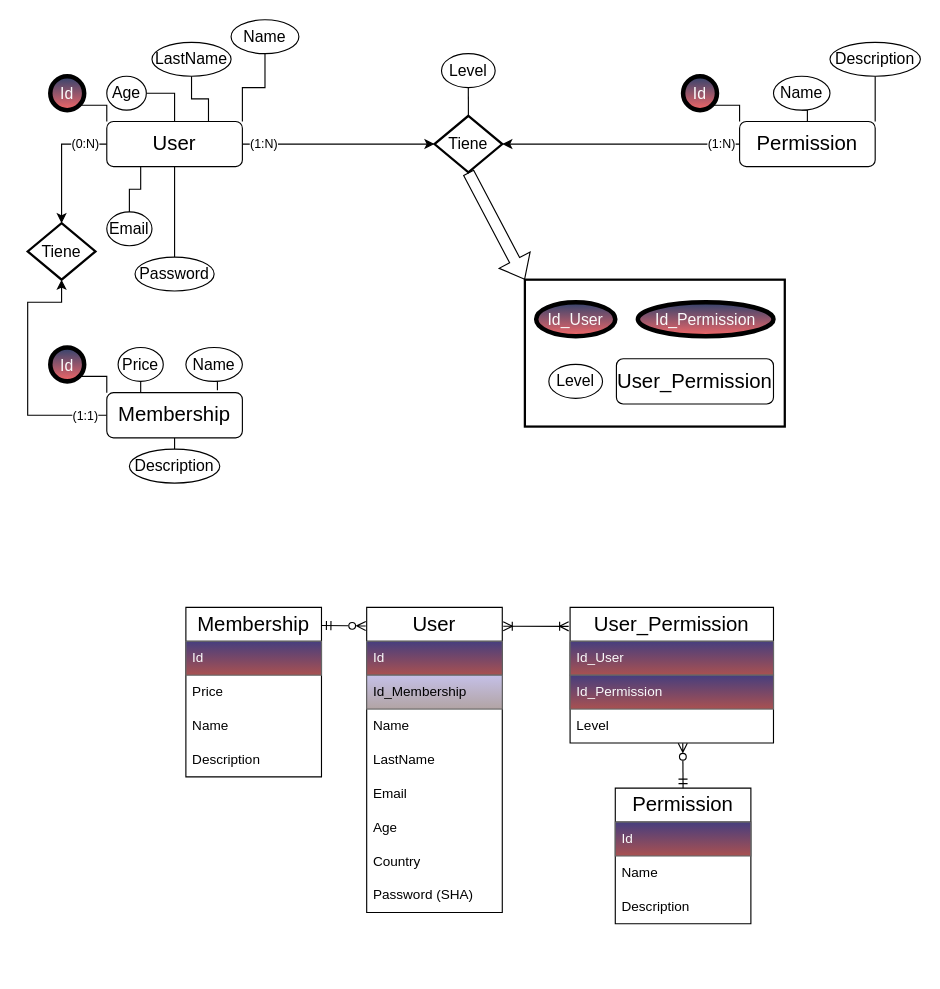
This is BBDD/User_ER_MR.drawio from PerloshoCEV/StockTaking-Backend-Business, a draw.io file, before an edit. Source tidied: cells renumbered, new cells numbered last; positions are measured from the earlier drawing's top-left corner, leaving out a move shared by most shapes. Both pictures are drawn from the tidied source at 113%, with x=0, y=0 at pixel (27, 19).
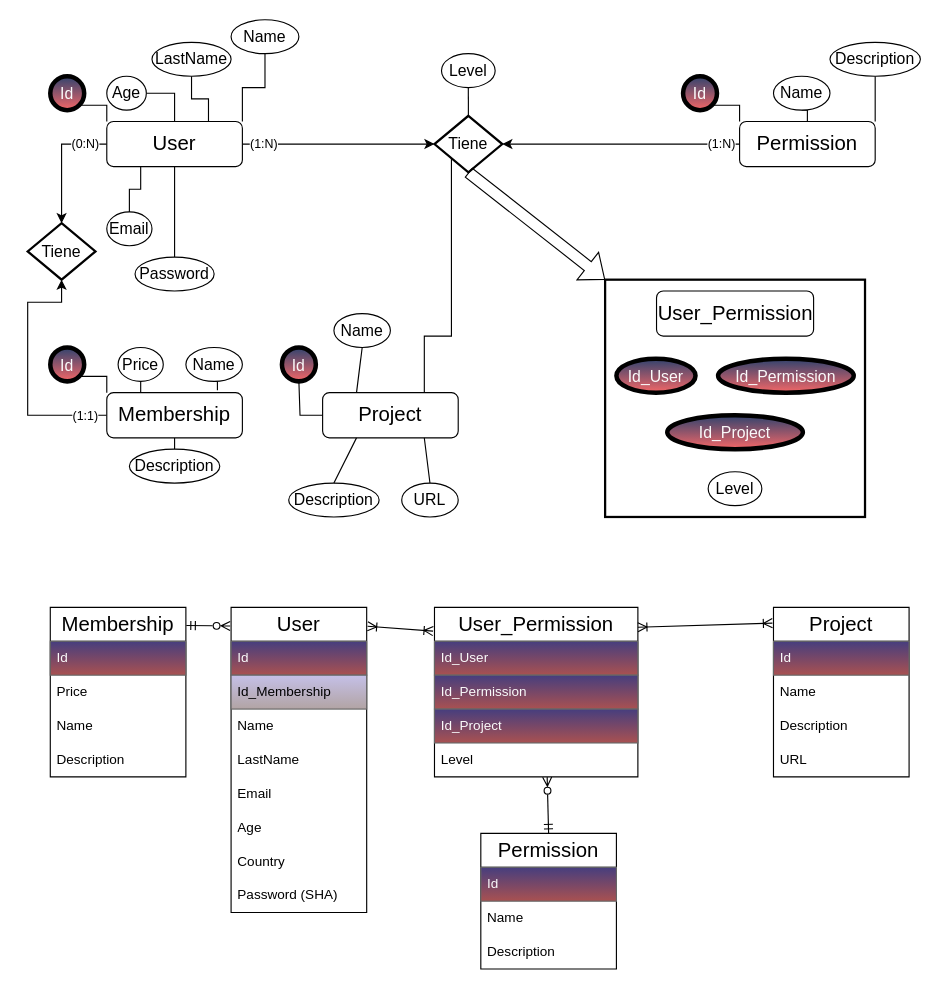
After the change.

Unchanged cells that the change refers to:
```xml
<mxCell id="43" value="Tiene" style="rhombus;whiteSpace=wrap;html=1;strokeColor=#000000;strokeWidth=2;fontSize=14;fontColor=#000000;fillColor=#ffffff;gradientColor=none;" parent="1" vertex="1">
  <mxGeometry x="360" y="85" width="60" height="50" as="geometry" />
</mxCell>
```

Diff of the diagram source:
```diff
@@
     <mxCell id="2" style="rounded=0;whiteSpace=wrap;html=1;strokeColor=#000000;strokeWidth=2;fontSize=11;fontColor=#000000;fillColor=#ffffff;gradientColor=none;" parent="1" vertex="1">
-      <mxGeometry x="440" y="230" width="230" height="130" as="geometry" />
+      <mxGeometry x="511" y="230" width="230" height="210" as="geometry" />
     </mxCell>
@@
     <mxCell id="11" value="&lt;font style=&quot;font-size: 18px;&quot;&gt;User_Permission&lt;/font&gt;" style="rounded=1;whiteSpace=wrap;html=1;" parent="1" vertex="1">
-      <mxGeometry x="521" y="300" width="139" height="40" as="geometry" />
+      <mxGeometry x="556.5" y="240" width="139" height="40" as="geometry" />
     </mxCell>
@@
     <mxCell id="25" value="&lt;font color=&quot;#fafafa&quot;&gt;&lt;span style=&quot;font-size: 14px;&quot;&gt;Id_User&lt;/span&gt;&lt;/font&gt;" style="ellipse;whiteSpace=wrap;html=1;fontSize=18;fillColor=#30436e;gradientColor=#f46767;strokeColor=#000000;strokeWidth=4;" parent="1" vertex="1">
-      <mxGeometry x="450" y="250" width="70" height="30" as="geometry" />
+      <mxGeometry x="521" y="300" width="70" height="30" as="geometry" />
     </mxCell>
@@
     <mxCell id="45" value="&lt;font color=&quot;#fafafa&quot;&gt;&lt;span style=&quot;font-size: 14px;&quot;&gt;Id_Permission&lt;/span&gt;&lt;/font&gt;" style="ellipse;whiteSpace=wrap;html=1;fontSize=18;fillColor=#30436e;gradientColor=#f46767;strokeColor=#000000;strokeWidth=4;" parent="1" vertex="1">
-      <mxGeometry x="540" y="250" width="120" height="30" as="geometry" />
+      <mxGeometry x="611" y="300" width="120" height="30" as="geometry" />
     </mxCell>
@@
     <mxCell id="48" value="&lt;font style=&quot;font-size: 18px;&quot;&gt;User&lt;/font&gt;" style="swimlane;fontStyle=0;horizontal=1;startSize=30;whiteSpace=wrap;html=1;" parent="1" vertex="1">
-      <mxGeometry x="300" y="520" width="120" height="270" as="geometry" />
+      <mxGeometry x="180" y="520" width="120" height="270" as="geometry" />
     </mxCell>
@@
     <mxCell id="57" value="&lt;font style=&quot;font-size: 18px;&quot;&gt;Membership&lt;/font&gt;" style="swimlane;fontStyle=0;horizontal=1;startSize=30;whiteSpace=wrap;html=1;" parent="1" vertex="1">
-      <mxGeometry x="140" y="520" width="120" height="150" as="geometry" />
+      <mxGeometry x="20" y="520" width="120" height="150" as="geometry" />
     </mxCell>
@@
     <mxCell id="62" value="&lt;font style=&quot;font-size: 18px;&quot;&gt;Permission&lt;/font&gt;" style="swimlane;fontStyle=0;horizontal=1;startSize=30;whiteSpace=wrap;html=1;" parent="1" vertex="1">
-      <mxGeometry x="520" y="680" width="120" height="120" as="geometry" />
+      <mxGeometry x="401" y="720" width="120" height="120" as="geometry" />
     </mxCell>
@@
     <mxCell id="66" value="&lt;font style=&quot;font-size: 18px;&quot;&gt;User_Permission&lt;/font&gt;" style="swimlane;fontStyle=0;horizontal=1;startSize=30;whiteSpace=wrap;html=1;" parent="1" vertex="1">
-      <mxGeometry x="480" y="520" width="180" height="120" as="geometry" />
+      <mxGeometry x="360" y="520" width="180" height="150" as="geometry" />
     </mxCell>
@@
+    <mxCell id="74" value="&lt;font color=&quot;#fafafa&quot;&gt;Id_Project&lt;/font&gt;" style="text;strokeColor=#666666;fillColor=#463e7e;align=left;verticalAlign=middle;spacingLeft=4;spacingRight=4;overflow=hidden;whiteSpace=wrap;html=1;gradientColor=#a95151;" parent="66" vertex="1">
+      <mxGeometry y="90" width="180" height="30" as="geometry" />
+    </mxCell>
     <mxCell id="69" value="Level" style="text;strokeColor=none;fillColor=none;align=left;verticalAlign=middle;spacingLeft=4;spacingRight=4;overflow=hidden;points=[[0,0.5],[1,0.5]];portConstraint=eastwest;whiteSpace=wrap;html=1;" parent="66" vertex="1">
-      <mxGeometry y="90" width="180" height="30" as="geometry" />
+      <mxGeometry y="120" width="180" height="30" as="geometry" />
     </mxCell>
@@
     <mxCell id="73" value="&lt;font color=&quot;#000000&quot;&gt;Level&lt;/font&gt;" style="ellipse;whiteSpace=wrap;html=1;fontSize=14;fontColor=#FAFAFA;fillColor=#FFFFFF;" parent="1" vertex="1">
-      <mxGeometry x="461.2" y="305" width="47.5" height="30" as="geometry" />
+      <mxGeometry x="602.2" y="400" width="47.5" height="30" as="geometry" />
     </mxCell>
+    <mxCell id="75" value="&lt;font style=&quot;font-size: 18px;&quot;&gt;Project&lt;/font&gt;" style="swimlane;fontStyle=0;horizontal=1;startSize=30;whiteSpace=wrap;html=1;" parent="1" vertex="1">
+      <mxGeometry x="660" y="520" width="120" height="150" as="geometry" />
+    </mxCell>
+    <mxCell id="76" value="&lt;font color=&quot;#fafafa&quot;&gt;Id&lt;/font&gt;" style="text;strokeColor=#666666;fillColor=#463e7e;align=left;verticalAlign=middle;spacingLeft=4;spacingRight=4;overflow=hidden;whiteSpace=wrap;html=1;gradientColor=#a95151;" parent="75" vertex="1">
+      <mxGeometry y="30" width="120" height="30" as="geometry" />
+    </mxCell>
+    <mxCell id="77" value="Name" style="text;strokeColor=none;fillColor=none;align=left;verticalAlign=middle;spacingLeft=4;spacingRight=4;overflow=hidden;whiteSpace=wrap;html=1;" parent="75" vertex="1">
+      <mxGeometry y="60" width="120" height="30" as="geometry" />
+    </mxCell>
+    <mxCell id="78" value="Description" style="text;strokeColor=none;fillColor=none;align=left;verticalAlign=middle;spacingLeft=4;spacingRight=4;overflow=hidden;whiteSpace=wrap;html=1;" parent="75" vertex="1">
+      <mxGeometry y="90" width="120" height="30" as="geometry" />
+    </mxCell>
+    <mxCell id="79" value="URL" style="text;strokeColor=none;fillColor=none;align=left;verticalAlign=middle;spacingLeft=4;spacingRight=4;overflow=hidden;whiteSpace=wrap;html=1;" parent="75" vertex="1">
+      <mxGeometry y="120" width="120" height="30" as="geometry" />
+    </mxCell>
+    <mxCell id="80" style="endArrow=ERoneToMany;html=1;rounded=0;startArrow=ERoneToMany;startFill=0;endFill=0;exitX=1;exitY=0.117;exitDx=0;exitDy=0;exitPerimeter=0;entryX=-0.008;entryY=0.093;entryDx=0;entryDy=0;entryPerimeter=0;" parent="1" edge="1" source="66" target="75">
+      <mxGeometry relative="1" as="geometry" />
+    </mxCell>
+    <mxCell id="81" value="&lt;span style=&quot;font-size: 18px;&quot;&gt;Project&lt;/span&gt;" style="rounded=1;whiteSpace=wrap;html=1;" parent="1" vertex="1">
+      <mxGeometry x="261" y="330" width="120" height="40" as="geometry" />
+    </mxCell>
+    <mxCell id="82" value="&lt;font color=&quot;#fafafa&quot; style=&quot;font-size: 14px;&quot;&gt;Id&lt;/font&gt;" style="ellipse;whiteSpace=wrap;html=1;fontSize=18;fillColor=#30436e;gradientColor=#f46767;strokeColor=#000000;strokeWidth=4;" parent="1" vertex="1">
+      <mxGeometry x="225" y="290" width="30" height="30" as="geometry" />
+    </mxCell>
+    <mxCell id="83" value="&lt;font color=&quot;#000000&quot;&gt;Name&lt;/font&gt;" style="ellipse;whiteSpace=wrap;html=1;fontSize=14;fontColor=#FAFAFA;fillColor=#FFFFFF;" parent="1" vertex="1">
+      <mxGeometry x="271" y="260" width="50" height="30" as="geometry" />
+    </mxCell>
+    <mxCell id="84" value="&lt;font color=&quot;#000000&quot;&gt;Description&lt;/font&gt;" style="ellipse;whiteSpace=wrap;html=1;fontSize=14;fontColor=#FAFAFA;fillColor=#FFFFFF;" parent="1" vertex="1">
+      <mxGeometry x="231" y="410" width="80" height="30" as="geometry" />
+    </mxCell>
+    <mxCell id="85" value="&lt;font color=&quot;#000000&quot;&gt;URL&lt;/font&gt;" style="ellipse;whiteSpace=wrap;html=1;fontSize=14;fontColor=#FAFAFA;fillColor=#FFFFFF;" parent="1" vertex="1">
+      <mxGeometry x="331" y="410" width="50" height="30" as="geometry" />
+    </mxCell>
+    <mxCell id="86" style="endArrow=none;html=1;rounded=0;entryX=0.5;entryY=1;entryDx=0;entryDy=0;exitX=0;exitY=0.5;exitDx=0;exitDy=0;" parent="1" edge="1" source="81" target="82">
+      <mxGeometry relative="1" as="geometry">
+        <Array as="points">
+          <mxPoint x="241" y="350" />
+        </Array>
+      </mxGeometry>
+    </mxCell>
+    <mxCell id="87" style="endArrow=none;html=1;rounded=0;entryX=0.5;entryY=1;entryDx=0;entryDy=0;exitX=0.25;exitY=0;exitDx=0;exitDy=0;" parent="1" edge="1" source="81" target="83">
+      <mxGeometry relative="1" as="geometry" />
+    </mxCell>
+    <mxCell id="88" style="endArrow=none;html=1;rounded=0;entryX=0.25;entryY=1;entryDx=0;entryDy=0;exitX=0.5;exitY=0;exitDx=0;exitDy=0;" parent="1" edge="1" source="84" target="81">
+      <mxGeometry relative="1" as="geometry" />
+    </mxCell>
+    <mxCell id="89" style="endArrow=none;html=1;rounded=0;entryX=0.75;entryY=1;entryDx=0;entryDy=0;exitX=0.5;exitY=0;exitDx=0;exitDy=0;" parent="1" edge="1" source="85" target="81">
+      <mxGeometry relative="1" as="geometry" />
+    </mxCell>
+    <mxCell id="90" style="endArrow=none;html=1;rounded=0;entryX=0;entryY=1;entryDx=0;entryDy=0;exitX=0.75;exitY=0;exitDx=0;exitDy=0;" parent="1" edge="1" source="81" target="43">
+      <mxGeometry relative="1" as="geometry">
+        <Array as="points">
+          <mxPoint x="351" y="280" />
+          <mxPoint x="375" y="280" />
+        </Array>
+      </mxGeometry>
+    </mxCell>
+    <mxCell id="91" value="&lt;font color=&quot;#fafafa&quot;&gt;&lt;span style=&quot;font-size: 14px;&quot;&gt;Id_Project&lt;/span&gt;&lt;/font&gt;" style="ellipse;whiteSpace=wrap;html=1;fontSize=18;fillColor=#30436e;gradientColor=#f46767;strokeColor=#000000;strokeWidth=4;" parent="1" vertex="1">
+      <mxGeometry x="566" y="350" width="120" height="30" as="geometry" />
+    </mxCell>
```
